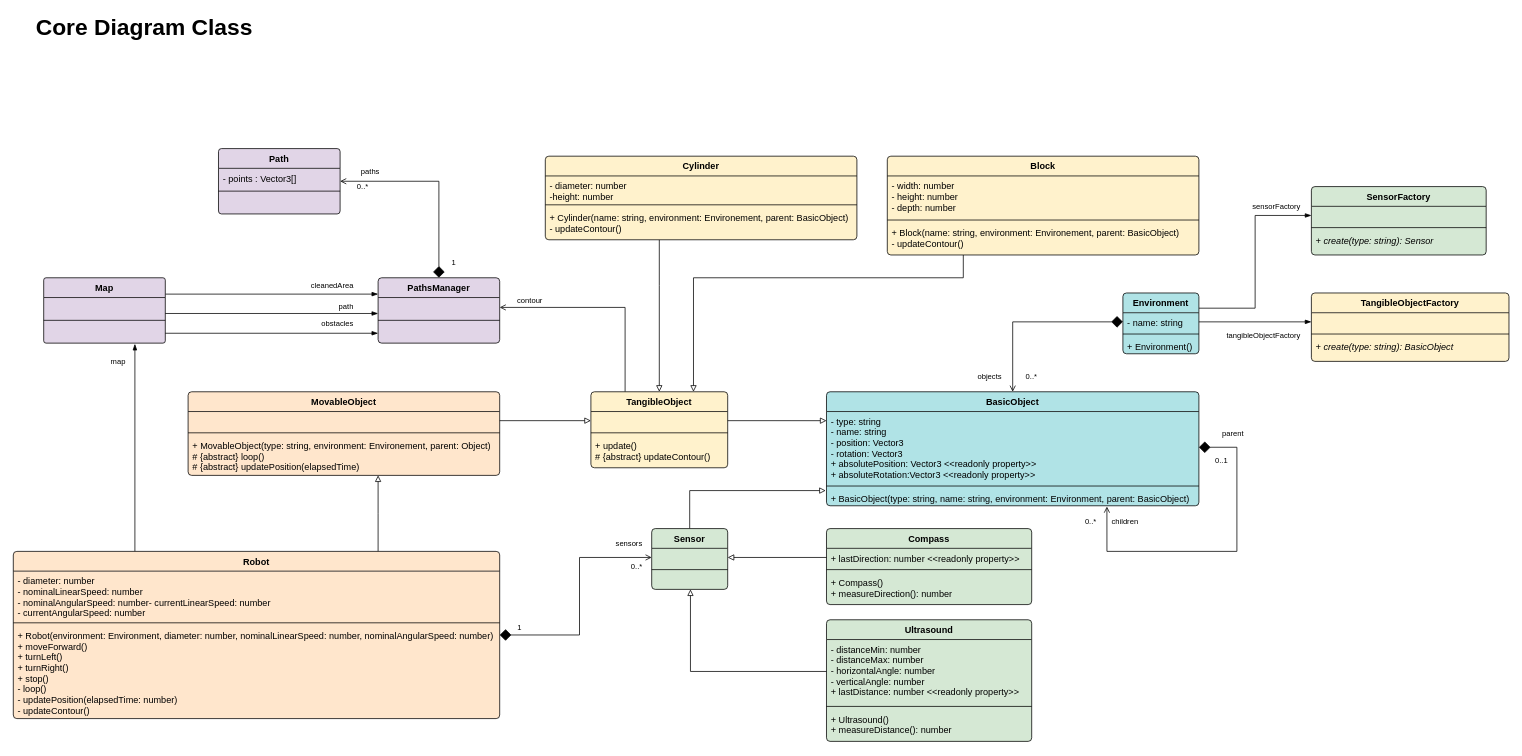
This is docs/uml/core.drawio from lmd-dev/lmd-vaccum-simlator, a draw.io file, before an edit. Source tidied: cells renumbered, new cells numbered last; positions are measured from the earlier drawing's top-left corner, leaving out a move shared by most shapes. Both pictures are drawn from the tidied source at 76%, with x=0, y=0 at pixel (13, 19).
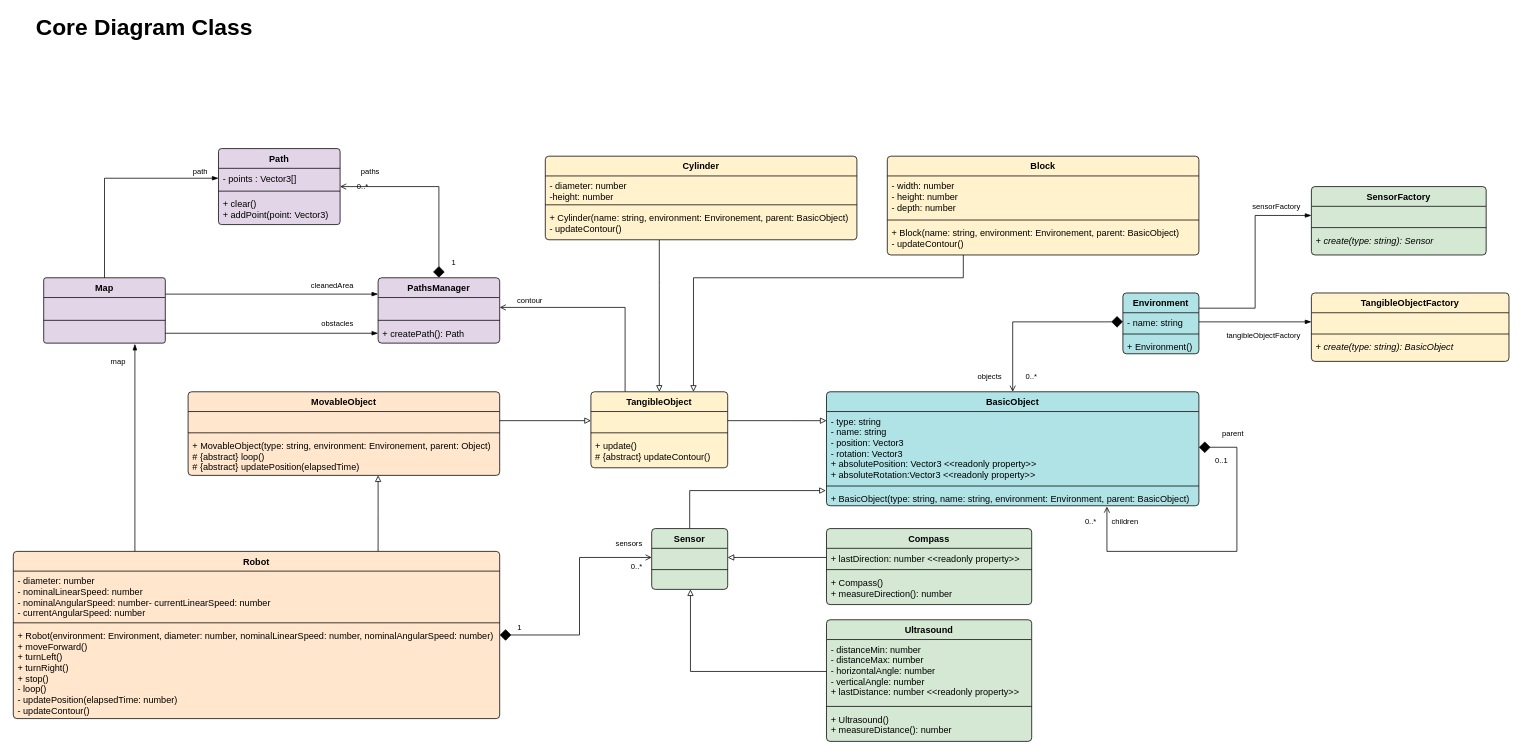
The same diagram, later.

Unchanged cells that the change refers to:
```xml
<mxCell id="3" value="Map" style="swimlane;fontStyle=1;align=center;verticalAlign=top;horizontal=1;startSize=26;rounded=1;arcSize=4;fillColor=#e1d5e7;swimlaneFillColor=#E1D5E7;" parent="1" vertex="1">
  <mxGeometry x="40" y="340" width="160" height="86" as="geometry" />
</mxCell>
<mxCell id="8" value="- points : Vector3[]" style="text;strokeColor=none;fillColor=none;align=left;verticalAlign=top;spacingLeft=4;spacingRight=4;overflow=hidden;points=[[0,0.5],[1,0.5]];portConstraint=eastwest;fontColor=#000000;" parent="7" vertex="1">
  <mxGeometry y="26" width="160" height="26" as="geometry" />
</mxCell>
<mxCell id="12" value="PathsManager" style="swimlane;fontStyle=1;align=center;verticalAlign=top;horizontal=1;startSize=26;rounded=1;arcSize=6;fillColor=#e1d5e7;swimlaneFillColor=#E1D5E7;" parent="1" vertex="1">
  <mxGeometry x="480" y="340" width="160" height="86" as="geometry" />
</mxCell>
```

Diff of the diagram source:
```diff
@@
     <mxCell id="7" value="Path" style="swimlane;fontStyle=1;align=center;verticalAlign=top;horizontal=1;startSize=26;rounded=1;arcSize=5;swimlaneFillColor=#E1D5E7;fillColor=#e1d5e7;fontColor=#000000;" parent="1" vertex="1">
-      <mxGeometry x="270" y="170" width="160" height="86" as="geometry" />
+      <mxGeometry x="270" y="170" width="160" height="100" as="geometry" />
     </mxCell>
@@
-    <mxCell id="10" value=" " style="text;strokeColor=none;fillColor=none;align=left;verticalAlign=top;spacingLeft=4;spacingRight=4;overflow=hidden;" parent="7" vertex="1">
-      <mxGeometry y="60" width="160" height="26" as="geometry" />
+    <mxCell id="10" value="+ clear()&#10;+ addPoint(point: Vector3)" style="text;strokeColor=none;fillColor=none;align=left;verticalAlign=top;spacingLeft=4;spacingRight=4;overflow=hidden;" parent="7" vertex="1">
+      <mxGeometry y="60" width="160" height="40" as="geometry" />
     </mxCell>
@@
-    <mxCell id="15" value=" " style="text;strokeColor=none;fillColor=none;align=left;verticalAlign=top;spacingLeft=4;spacingRight=4;overflow=hidden;points=[[0,0.5],[1,0.5]];portConstraint=eastwest;" parent="12" vertex="1">
+    <mxCell id="15" value="+ createPath(): Path" style="text;strokeColor=none;fillColor=none;align=left;verticalAlign=top;spacingLeft=4;spacingRight=4;overflow=hidden;points=[[0,0.5],[1,0.5]];portConstraint=eastwest;" parent="12" vertex="1">
       <mxGeometry y="60" width="160" height="26" as="geometry" />
     </mxCell>
@@
-    <mxCell id="69" style="edgeStyle=orthogonalEdgeStyle;rounded=0;orthogonalLoop=1;jettySize=auto;html=1;exitX=1;exitY=0.5;exitDx=0;exitDy=0;entryX=0;entryY=0.5;entryDx=0;entryDy=0;startArrow=none;startFill=0;startSize=13;sourcePerimeterSpacing=0;endArrow=blockThin;endFill=1;" parent="1" edge="1">
-      <mxGeometry relative="1" as="geometry">
-        <mxPoint x="200" y="387" as="sourcePoint" />
-        <mxPoint x="480" y="387" as="targetPoint" />
-      </mxGeometry>
+    <mxCell id="69" style="edgeStyle=orthogonalEdgeStyle;rounded=0;jettySize=auto;html=1;exitX=0.5;exitY=0;exitDx=0;exitDy=0;entryX=0;entryY=0.5;entryDx=0;entryDy=0;startArrow=none;startFill=0;startSize=13;sourcePerimeterSpacing=0;endArrow=blockThin;endFill=1;" parent="1" edge="1" source="3" target="8">
+      <mxGeometry relative="1" as="geometry" />
     </mxCell>
@@
     <mxCell id="83" value="path" style="text;html=1;strokeColor=none;fillColor=none;align=right;verticalAlign=middle;whiteSpace=wrap;rounded=0;fontSize=10;" parent="1" vertex="1">
-      <mxGeometry x="380" y="368" width="70" height="20" as="geometry" />
+      <mxGeometry x="188" y="190" width="70" height="20" as="geometry" />
     </mxCell>
```
